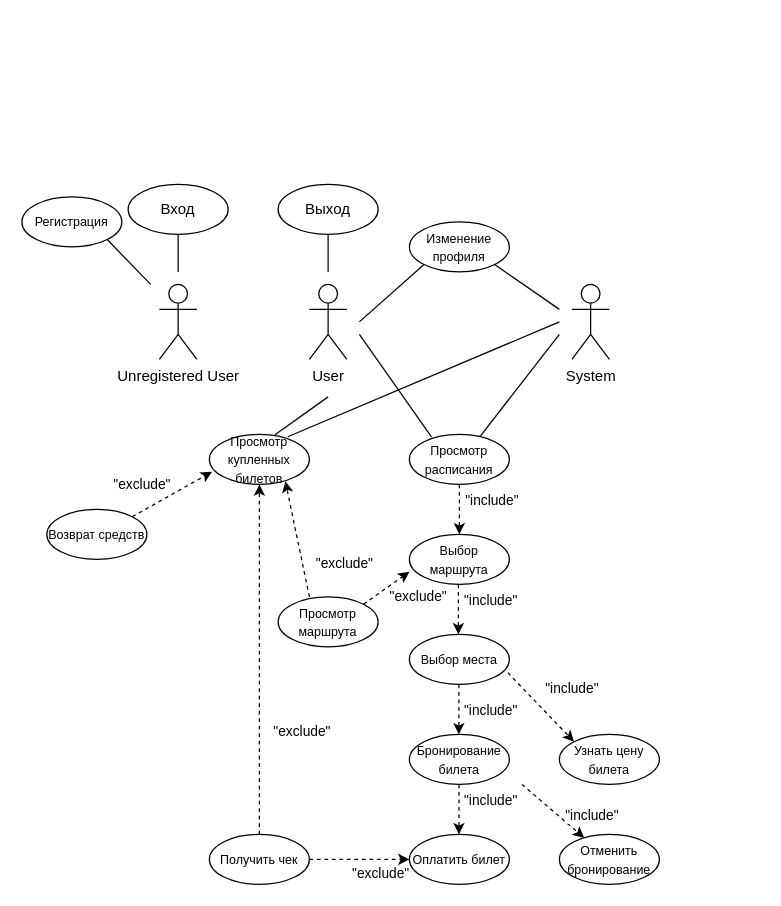
Earlier version of the draw.io diagram диаграмма использования.drawio (SokDobry1/java_project). Source tidied: cells renumbered, new cells numbered last; positions are measured from the earlier drawing's top-left corner, leaving out a move shared by most shapes. Both pictures are drawn from the tidied source at 125%, with x=0, y=0 at pixel (21, 184).
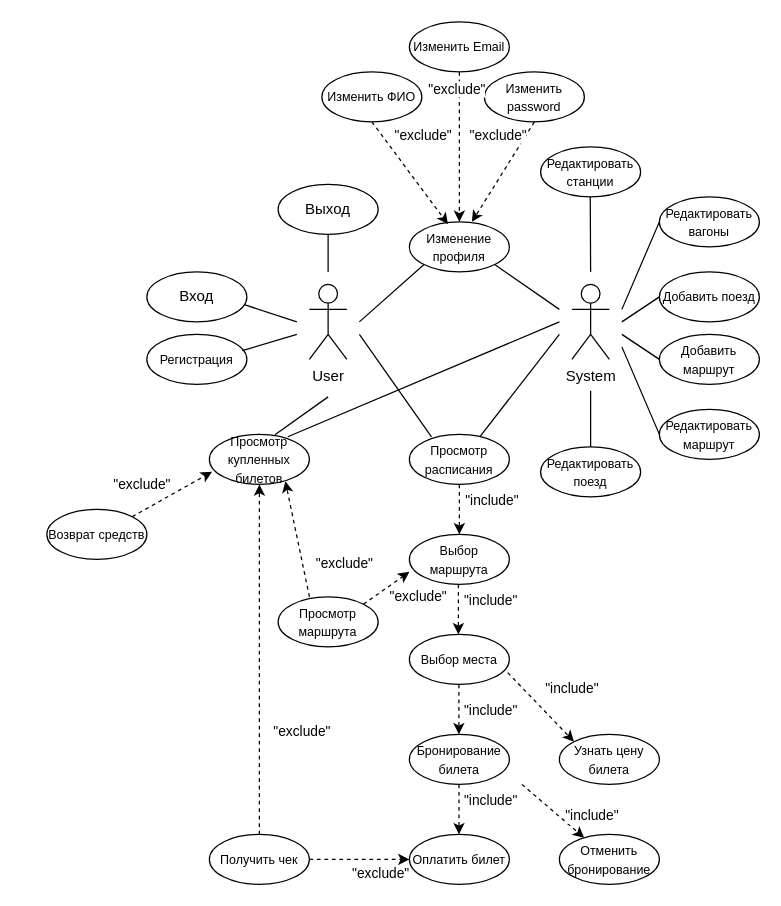
Above is the later version.

Unchanged cells that the change refers to:
```xml
<mxCell id="6" value="&lt;font style=&quot;font-size: 10px;&quot;&gt;Изменение профиля&lt;/font&gt;" style="ellipse;whiteSpace=wrap;html=1;" parent="1" vertex="1">
  <mxGeometry x="310" y="30" width="80" height="40" as="geometry" />
</mxCell>
```

What changed in the source:
```diff
@@
-    <mxCell id="2" value="Unregistеred User" style="shape=umlActor;verticalLabelPosition=bottom;verticalAlign=top;html=1;" parent="1" vertex="1">
-      <mxGeometry x="110" y="80" width="30" height="60" as="geometry" />
-    </mxCell>
@@
     <mxCell id="4" value="&lt;font style=&quot;font-size: 10px;&quot;&gt;Регистрация&lt;/font&gt;" style="ellipse;whiteSpace=wrap;html=1;" parent="1" vertex="1">
-      <mxGeometry y="10" width="80" height="40" as="geometry" />
+      <mxGeometry x="100" y="120" width="80" height="40" as="geometry" />
     </mxCell>
     <mxCell id="5" value="Вход" style="ellipse;whiteSpace=wrap;html=1;" parent="1" vertex="1">
-      <mxGeometry x="85" width="80" height="40" as="geometry" />
+      <mxGeometry x="100" y="70" width="80" height="40" as="geometry" />
     </mxCell>
@@
-    <mxCell id="8" style="endArrow=none;html=1;rounded=0;entryX=0.5;entryY=1;entryDx=0;entryDy=0;" parent="1" edge="1" target="5">
+    <mxCell id="8" style="endArrow=none;html=1;rounded=0;entryX=0.982;entryY=0.661;entryDx=0;entryDy=0;entryPerimeter=0;" parent="1" edge="1" target="5">
       <mxGeometry relative="1" as="geometry">
-        <mxPoint x="125" y="70" as="sourcePoint" />
+        <mxPoint x="220" y="110" as="sourcePoint" />
       </mxGeometry>
     </mxCell>
-    <mxCell id="9" style="endArrow=none;html=1;rounded=0;entryX=1;entryY=1;entryDx=0;entryDy=0;" parent="1" edge="1" target="4">
+    <mxCell id="9" style="endArrow=none;html=1;rounded=0;entryX=0.954;entryY=0.325;entryDx=0;entryDy=0;entryPerimeter=0;" parent="1" edge="1" target="4">
       <mxGeometry relative="1" as="geometry">
-        <mxPoint x="103" y="80" as="sourcePoint" />
+        <mxPoint x="220" y="120" as="sourcePoint" />
       </mxGeometry>
     </mxCell>
@@
+    <mxCell id="51" value="&lt;span style=&quot;font-size: 10px;&quot;&gt;Редактировать поезд&lt;/span&gt;" style="ellipse;whiteSpace=wrap;html=1;" parent="1" vertex="1">
+      <mxGeometry x="415" y="210" width="80" height="40" as="geometry" />
+    </mxCell>
+    <mxCell id="52" value="&lt;span style=&quot;font-size: 10px;&quot;&gt;Редактировать маршрут&lt;/span&gt;" style="ellipse;whiteSpace=wrap;html=1;" parent="1" vertex="1">
+      <mxGeometry x="510" y="180" width="80" height="40" as="geometry" />
+    </mxCell>
+    <mxCell id="53" value="&lt;span style=&quot;font-size: 10px;&quot;&gt;Добавить маршрут&lt;/span&gt;" style="ellipse;whiteSpace=wrap;html=1;" parent="1" vertex="1">
+      <mxGeometry x="510" y="120" width="80" height="40" as="geometry" />
+    </mxCell>
+    <mxCell id="54" value="&lt;span style=&quot;font-size: 10px;&quot;&gt;Добавить поезд&lt;/span&gt;" style="ellipse;whiteSpace=wrap;html=1;" parent="1" vertex="1">
+      <mxGeometry x="510" y="70" width="80" height="40" as="geometry" />
+    </mxCell>
+    <mxCell id="55" value="&lt;span style=&quot;font-size: 10px;&quot;&gt;Редактировать вагоны&lt;/span&gt;" style="ellipse;whiteSpace=wrap;html=1;" parent="1" vertex="1">
+      <mxGeometry x="510" y="10" width="80" height="40" as="geometry" />
+    </mxCell>
+    <mxCell id="56" value="&lt;span style=&quot;font-size: 10px;&quot;&gt;Редактировать станции&lt;/span&gt;" style="ellipse;whiteSpace=wrap;html=1;" parent="1" vertex="1">
+      <mxGeometry x="415" y="-30" width="80" height="40" as="geometry" />
+    </mxCell>
+    <mxCell id="57" value="&lt;span style=&quot;font-size: 10px;&quot;&gt;Изменить ФИО&lt;/span&gt;" style="ellipse;whiteSpace=wrap;html=1;" parent="1" vertex="1">
+      <mxGeometry x="240" y="-90" width="80" height="40" as="geometry" />
+    </mxCell>
+    <mxCell id="58" value="&lt;span style=&quot;font-size: 10px;&quot;&gt;Изменить Email&lt;/span&gt;" style="ellipse;whiteSpace=wrap;html=1;" parent="1" vertex="1">
+      <mxGeometry x="310" y="-130" width="80" height="40" as="geometry" />
+    </mxCell>
+    <mxCell id="59" value="&lt;span style=&quot;font-size: 10px;&quot;&gt;Изменить password&lt;/span&gt;" style="ellipse;whiteSpace=wrap;html=1;" parent="1" vertex="1">
+      <mxGeometry x="370" y="-90" width="80" height="40" as="geometry" />
+    </mxCell>
+    <mxCell id="60" style="endArrow=classic;html=1;rounded=0;exitX=0.5;exitY=1;exitDx=0;exitDy=0;dashed=1;entryX=0.386;entryY=0.046;entryDx=0;entryDy=0;entryPerimeter=0;" parent="1" edge="1" source="57" target="6">
+      <mxGeometry relative="1" as="geometry" />
+    </mxCell>
+    <mxCell id="61" style="endArrow=classic;html=1;rounded=0;exitX=0.5;exitY=1;exitDx=0;exitDy=0;dashed=1;" parent="1" edge="1" source="58">
+      <mxGeometry relative="1" as="geometry">
+        <mxPoint x="350" y="30" as="targetPoint" />
+      </mxGeometry>
+    </mxCell>
+    <mxCell id="62" style="endArrow=classic;html=1;rounded=0;exitX=0.5;exitY=1;exitDx=0;exitDy=0;dashed=1;entryX=0.625;entryY=0;entryDx=0;entryDy=0;entryPerimeter=0;" parent="1" edge="1" source="59" target="6">
+      <mxGeometry relative="1" as="geometry" />
+    </mxCell>
+    <mxCell id="63" value="&quot;exclude&quot;" style="edgeLabel;html=1;align=center;verticalAlign=middle;" parent="1" vertex="1">
+      <mxGeometry x="320" y="-40" as="geometry" />
+    </mxCell>
+    <mxCell id="64" value="&quot;exclude&quot;" style="edgeLabel;html=1;align=center;verticalAlign=middle;" parent="1" vertex="1">
+      <mxGeometry x="350" y="-80" as="geometry">
+        <mxPoint x="-3" y="3" as="offset" />
+      </mxGeometry>
+    </mxCell>
+    <mxCell id="65" value="&quot;exclude&quot;" style="edgeLabel;html=1;align=center;verticalAlign=middle;" parent="1" vertex="1">
+      <mxGeometry x="380" y="-40" as="geometry" />
+    </mxCell>
+    <mxCell id="66" style="endArrow=none;html=1;rounded=0;entryX=0;entryY=0.5;entryDx=0;entryDy=0;" parent="1" edge="1" target="54">
+      <mxGeometry relative="1" as="geometry">
+        <mxPoint x="480" y="110" as="sourcePoint" />
+      </mxGeometry>
+    </mxCell>
+    <mxCell id="67" style="endArrow=none;html=1;rounded=0;entryX=0;entryY=0.5;entryDx=0;entryDy=0;" parent="1" edge="1" target="53">
+      <mxGeometry relative="1" as="geometry">
+        <mxPoint x="480" y="120" as="sourcePoint" />
+      </mxGeometry>
+    </mxCell>
+    <mxCell id="68" style="endArrow=none;html=1;rounded=0;entryX=0;entryY=0.5;entryDx=0;entryDy=0;" parent="1" edge="1" target="52">
+      <mxGeometry relative="1" as="geometry">
+        <mxPoint x="480" y="130" as="sourcePoint" />
+      </mxGeometry>
+    </mxCell>
+    <mxCell id="69" style="endArrow=none;html=1;rounded=0;entryX=0.5;entryY=0;entryDx=0;entryDy=0;" parent="1" edge="1" target="51">
+      <mxGeometry relative="1" as="geometry">
+        <mxPoint x="455" y="165" as="sourcePoint" />
+      </mxGeometry>
+    </mxCell>
+    <mxCell id="70" style="endArrow=none;html=1;rounded=0;" parent="1" edge="1">
+      <mxGeometry relative="1" as="geometry">
+        <mxPoint x="454.7" y="10" as="sourcePoint" />
+        <mxPoint x="455" y="70" as="targetPoint" />
+      </mxGeometry>
+    </mxCell>
+    <mxCell id="71" style="endArrow=none;html=1;rounded=0;entryX=0;entryY=0.5;entryDx=0;entryDy=0;" parent="1" edge="1" target="55">
+      <mxGeometry relative="1" as="geometry">
+        <mxPoint x="480" y="100" as="sourcePoint" />
+      </mxGeometry>
+    </mxCell>
```
